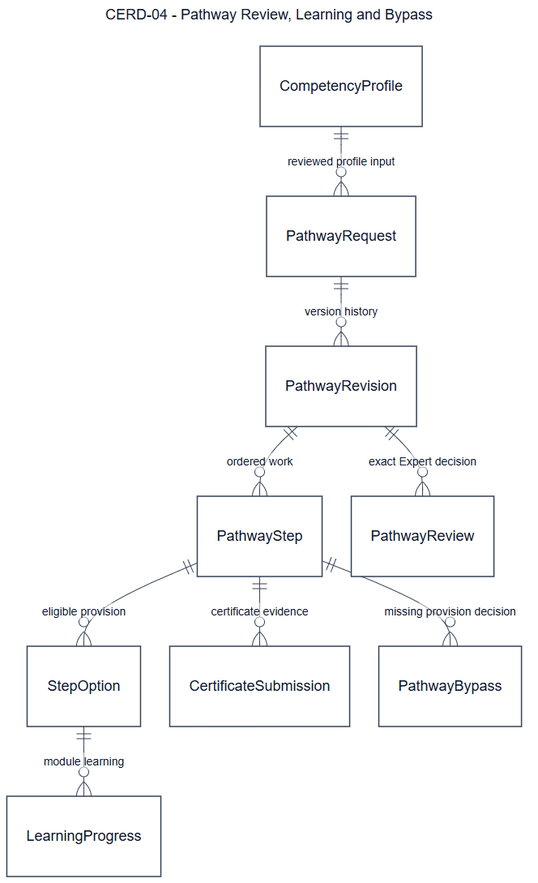
The Mermaid diagram documents/diagrams/mermaid/cerd-04.png in SEP490-Fall-2026-GFA26SE64/SEP490, before a commit. Its source is kept beside it as documents/diagrams/mermaid/cerd-04.mmd.
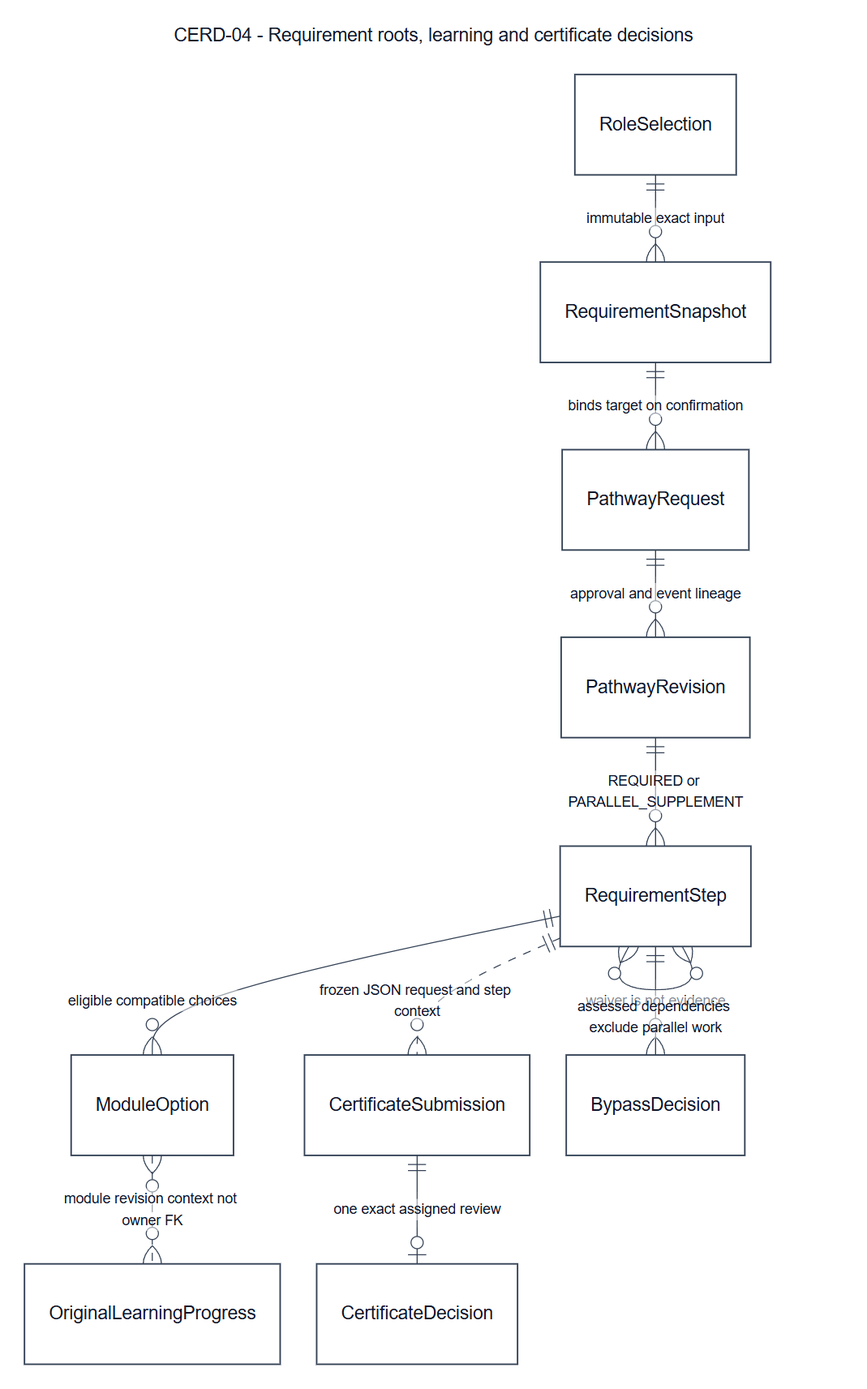
The same diagram one commit later.

Change to the diagram source:
```diff
@@ -1,5 +1,5 @@
 ---
-title: "CERD-04 - Pathway Review, Learning and Bypass"
+title: "CERD-04 - Requirement roots, learning and certificate decisions"
 config:
   layout: dagre
   look: classic
@@ -9,22 +9,16 @@
   themeVariables: {background: "#ffffff", primaryColor: "#ffffff", primaryTextColor: "#0f172a", primaryBorderColor: "#334155", lineColor: "#334155", textColor: "#0f172a", edgeLabelBackground: "#ffffff", fontSize: "18px"}
   er: {nodeSpacing: 36, rankSpacing: 65, minEntityWidth: 140, diagramPadding: 24}
 ---
+
 erDiagram
   direction TB
-  CompetencyProfile["CompetencyProfile"]
-  PathwayRequest["PathwayRequest"]
-  PathwayRevision["PathwayRevision"]
-  PathwayStep["PathwayStep"]
-  StepOption["StepOption"]
-  PathwayReview["PathwayReview"]
-  LearningProgress["LearningProgress"]
-  CertificateSubmission["CertificateSubmission"]
-  PathwayBypass["PathwayBypass"]
-  CompetencyProfile ||--o{ PathwayRequest : "reviewed profile input"
-  PathwayRequest ||--o{ PathwayRevision : "version history"
-  PathwayRevision ||--o{ PathwayStep : "ordered work"
-  PathwayRevision ||--o{ PathwayReview : "exact Expert decision"
-  PathwayStep ||--o{ StepOption : "eligible provision"
-  StepOption ||--o{ LearningProgress : "module learning"
-  PathwayStep ||--o{ CertificateSubmission : "certificate evidence"
-  PathwayStep ||--o{ PathwayBypass : "missing provision decision"
+  RoleSelection ||--o{ RequirementSnapshot : "immutable exact input"
+  RequirementSnapshot ||--o{ PathwayRequest : "binds target on confirmation"
+  PathwayRequest ||--o{ PathwayRevision : "approval and event lineage"
+  PathwayRevision ||--o{ RequirementStep : "REQUIRED or PARALLEL_SUPPLEMENT"
+  RequirementStep ||--o{ ModuleOption : "eligible compatible choices"
+  ModuleOption }o..o{ OriginalLearningProgress : "module revision context not owner FK"
+  RequirementStep ||..o{ CertificateSubmission : "frozen JSON request and step context"
+  CertificateSubmission ||--o| CertificateDecision : "one exact assigned review"
+  RequirementStep ||--o{ BypassDecision : "waiver is not evidence"
+  RequirementStep }o--o{ RequirementStep : "assessed dependencies exclude parallel work"
```
